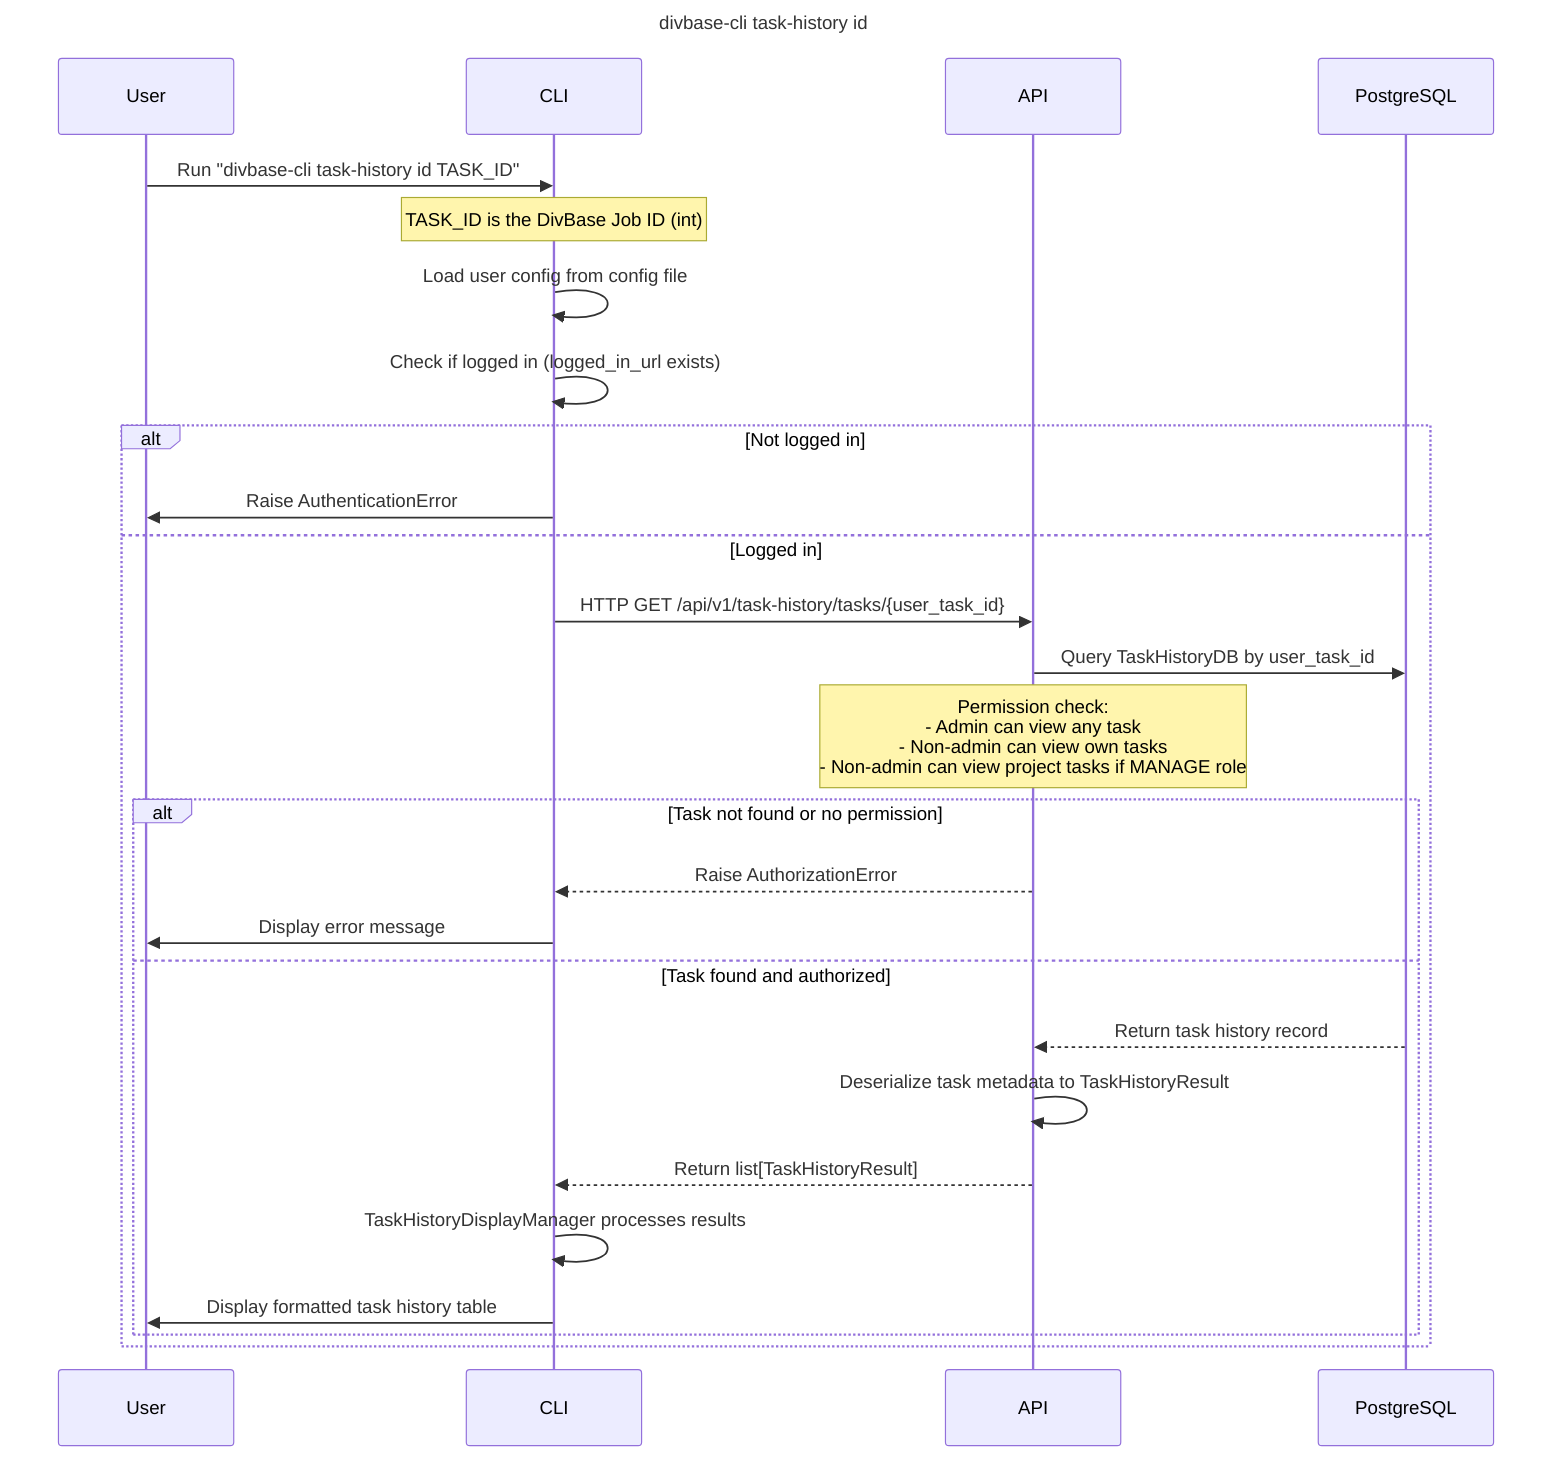
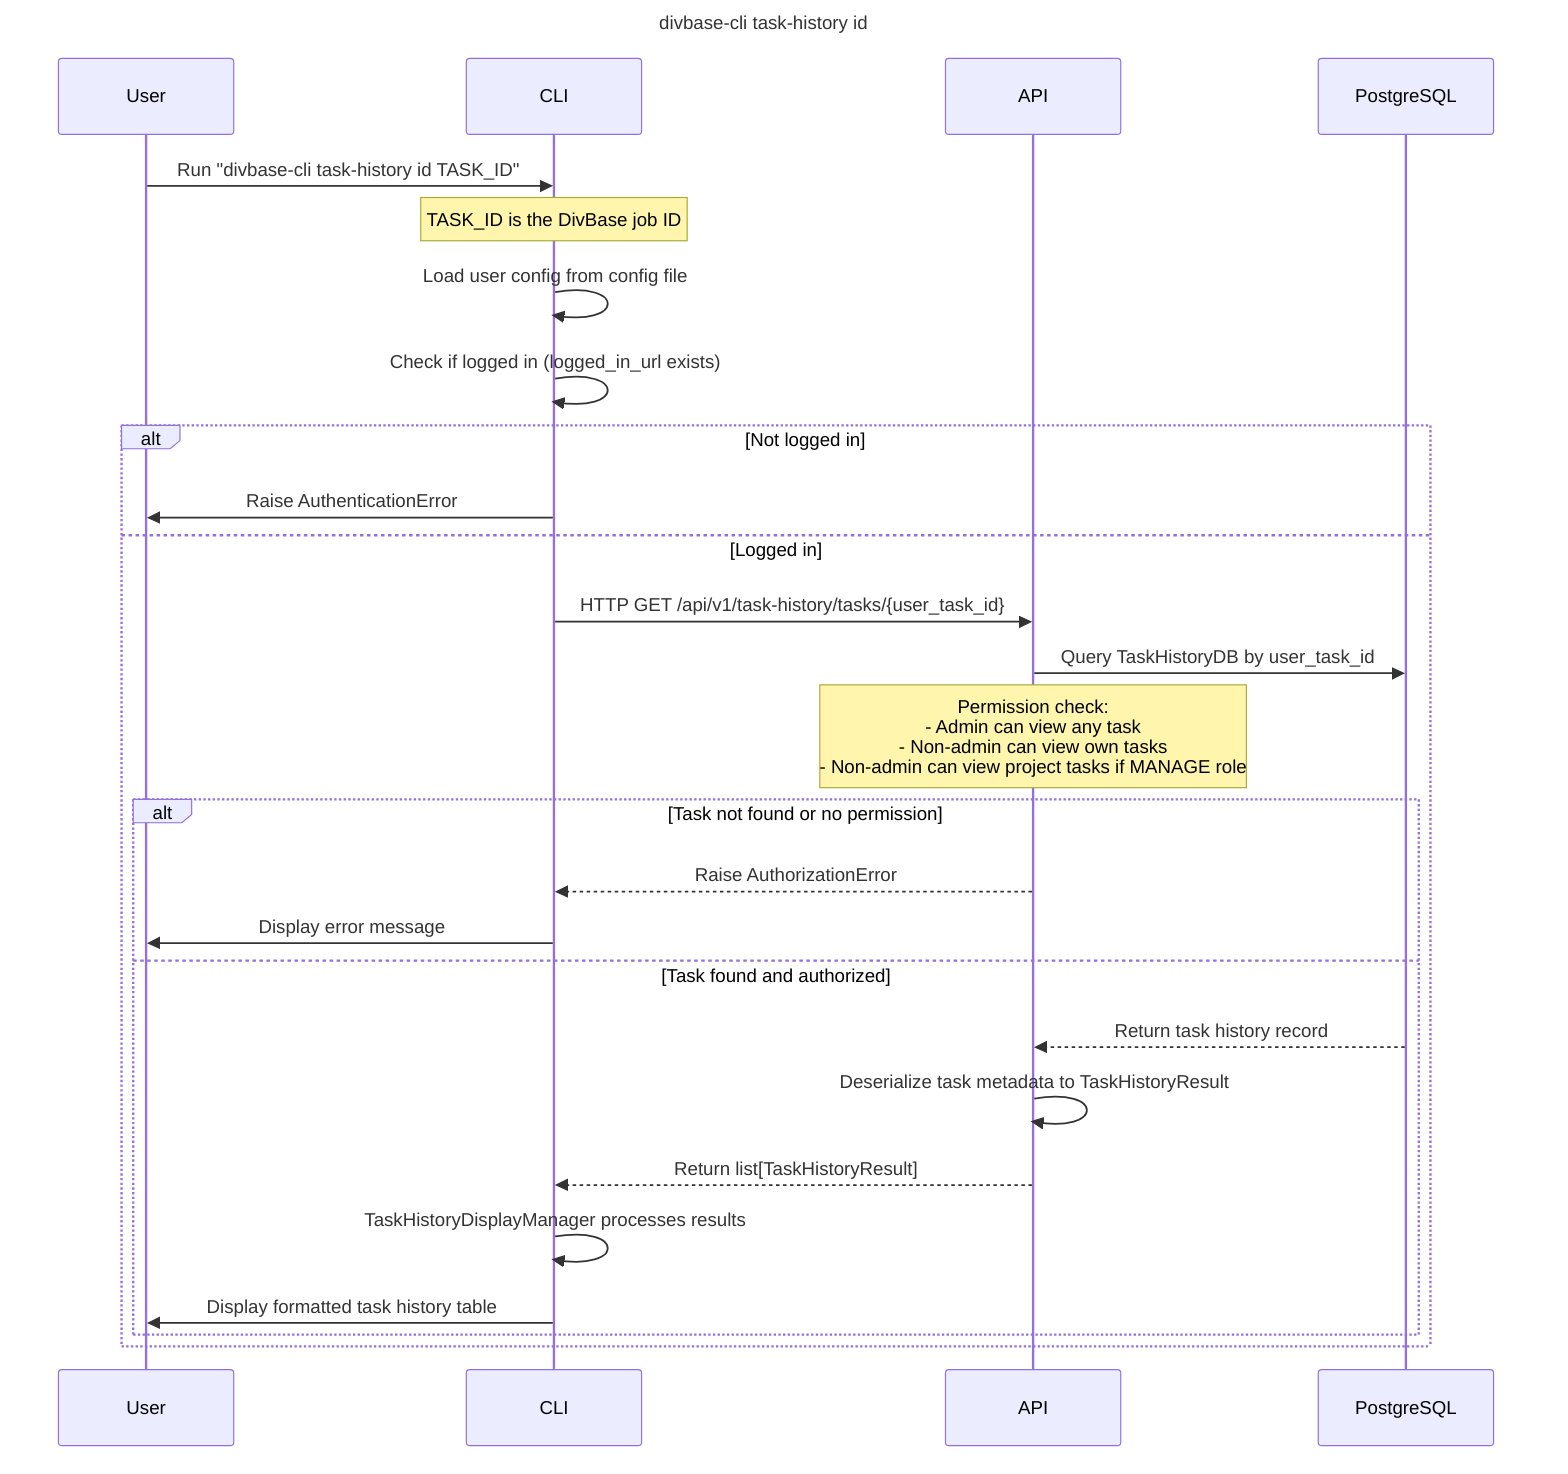
sequenceDiagram
    title divbase-cli task-history id
    participant User
    participant CLI
    participant API
    participant DB as PostgreSQL

    User->>CLI: Run "divbase-cli task-history id TASK_ID"
-     Note over CLI: TASK_ID is the DivBase Job ID (int)
+     Note over CLI: TASK_ID is the DivBase job ID

    CLI->>CLI: Load user config from config file
    CLI->>CLI: Check if logged in (logged_in_url exists)

    alt Not logged in
        CLI->>User: Raise AuthenticationError
    else Logged in
        CLI->>API: HTTP GET /api/v1/task-history/tasks/{user_task_id}

        API->>DB: Query TaskHistoryDB by user_task_id
        Note over API: Permission check:<br/>- Admin can view any task<br/>- Non-admin can view own tasks<br/>- Non-admin can view project tasks if MANAGE role

        alt Task not found or no permission
            API-->>CLI: Raise AuthorizationError
            CLI->>User: Display error message
        else Task found and authorized
            DB-->>API: Return task history record

            API->>API: Deserialize task metadata to TaskHistoryResult
            API-->>CLI: Return list[TaskHistoryResult]

            CLI->>CLI: TaskHistoryDisplayManager processes results
            CLI->>User: Display formatted task history table
        end
    end

%% Exported to dark theme SVG with:
%% mmdc -i docs/assets/diagrams/task_history_id_sequence_diagram.mermaid \
%%      -o docs/assets/diagrams/task_history_id_sequence_diagram.svg \
%%      -t dark \
%%      --backgroundColor "#22272e"
